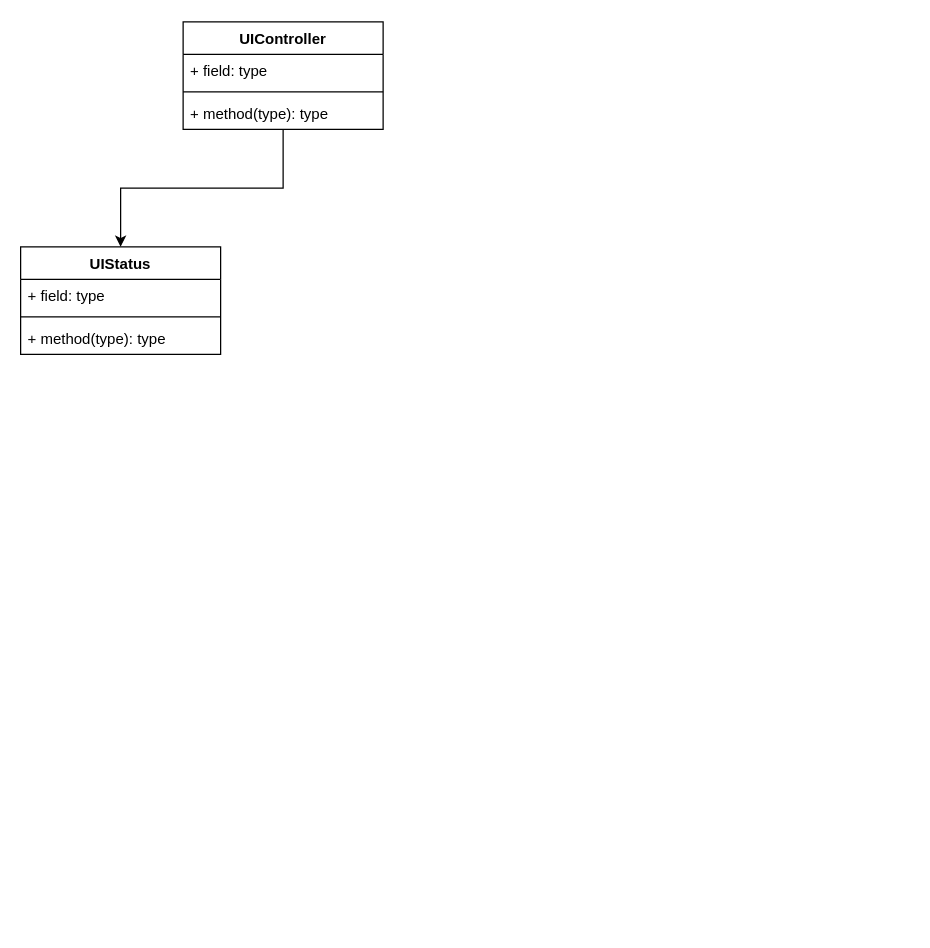
Above: Grafik/Objekt_Diagramm.drawio in bartzto/TIS (draw.io), before the change. Source tidied: cells renumbered, new cells numbered last; positions are measured from the earlier drawing's top-left corner, leaving out a move shared by most shapes. Both pictures are drawn from the tidied source at 125%, with x=0, y=0 at pixel (20, 21).
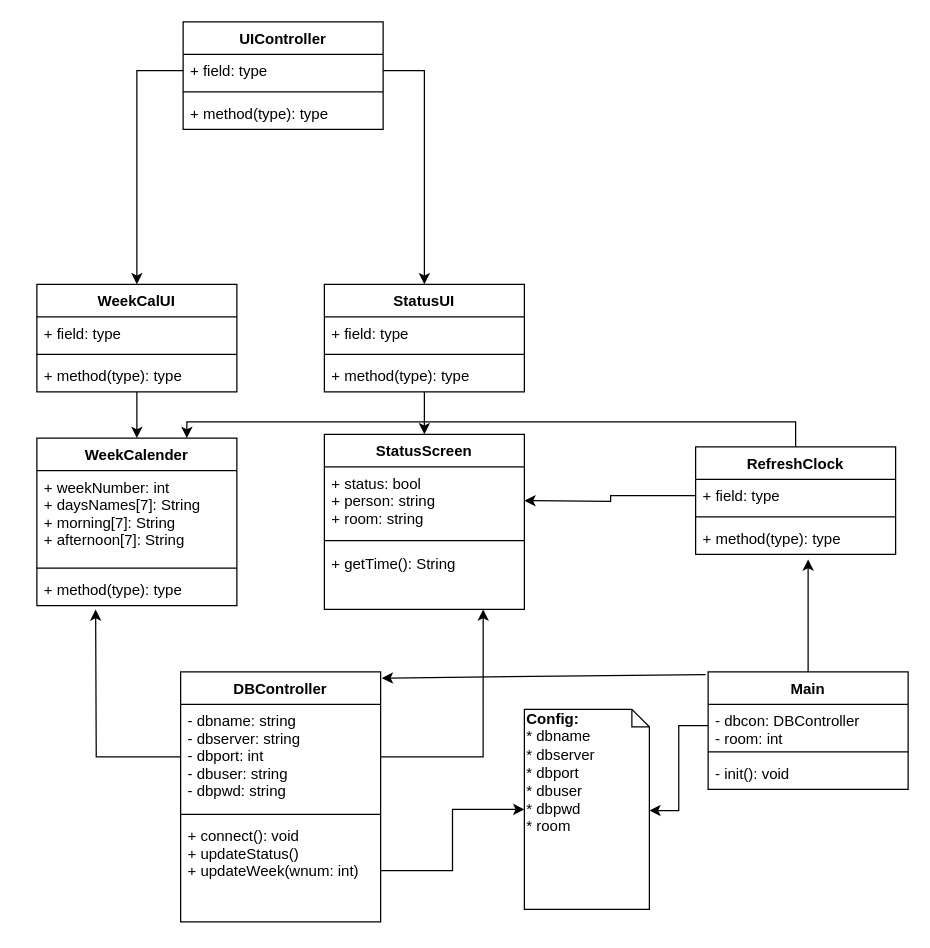
The same diagram, later.

The change refers to these unchanged cells:
```xml
<mxCell id="3" value="UIController" style="swimlane;fontStyle=1;align=center;verticalAlign=top;horizontal=1;startSize=26;" parent="1" vertex="1">
  <mxGeometry x="130" width="160" height="86" as="geometry" />
</mxCell>
<mxCell id="4" value="+ field: type" style="text;strokeColor=none;fillColor=none;align=left;verticalAlign=top;spacingLeft=4;spacingRight=4;overflow=hidden;points=[[0,0.5],[1,0.5]];portConstraint=eastwest;" parent="3" vertex="1">
  <mxGeometry y="26" width="160" height="26" as="geometry" />
</mxCell>
```

The edit, as a diff of the source:
```diff
@@
-    <mxCell id="2" style="edgeStyle=orthogonalEdgeStyle;rounded=0;jettySize=auto;html=1;" parent="1" edge="1" source="3" target="7">
-      <mxGeometry relative="1" as="geometry" />
-    </mxCell>
@@
-    <mxCell id="7" value="UIStatus" style="swimlane;fontStyle=1;align=center;verticalAlign=top;horizontal=1;startSize=26;" parent="1" vertex="1">
-      <mxGeometry y="180" width="160" height="86" as="geometry" />
-    </mxCell>
-    <mxCell id="8" value="+ field: type" style="text;strokeColor=none;fillColor=none;align=left;verticalAlign=top;spacingLeft=4;spacingRight=4;overflow=hidden;" parent="7" vertex="1">
-      <mxGeometry y="26" width="160" height="26" as="geometry" />
-    </mxCell>
-    <mxCell id="9" style="line;strokeWidth=1;fillColor=none;align=left;verticalAlign=middle;spacingTop=-1;spacingLeft=3;spacingRight=3;labelPosition=right;" parent="7" vertex="1">
-      <mxGeometry y="52" width="160" height="8" as="geometry" />
-    </mxCell>
-    <mxCell id="10" value="+ method(type): type" style="text;strokeColor=none;fillColor=none;align=left;verticalAlign=top;spacingLeft=4;spacingRight=4;overflow=hidden;" parent="7" vertex="1">
-      <mxGeometry y="60" width="160" height="26" as="geometry" />
-    </mxCell>
+    <mxCell id="11" value="StatusScreen" style="swimlane;fontStyle=1;align=center;verticalAlign=top;horizontal=1;startSize=26;" parent="1" vertex="1">
+      <mxGeometry x="243" y="330" width="160" height="140" as="geometry" />
+    </mxCell>
+    <mxCell id="12" value="+ status: bool&#10;+ person: string&#10;+ room: string" style="text;strokeColor=none;fillColor=none;align=left;verticalAlign=top;spacingLeft=4;spacingRight=4;overflow=hidden;" parent="11" vertex="1">
+      <mxGeometry y="26" width="160" height="54" as="geometry" />
+    </mxCell>
+    <mxCell id="13" style="line;strokeWidth=1;fillColor=none;align=left;verticalAlign=middle;spacingTop=-1;spacingLeft=3;spacingRight=3;labelPosition=right;" parent="11" vertex="1">
+      <mxGeometry y="80" width="160" height="10" as="geometry" />
+    </mxCell>
+    <mxCell id="14" value="+ getTime(): String" style="text;strokeColor=none;fillColor=none;align=left;verticalAlign=top;spacingLeft=4;spacingRight=4;overflow=hidden;points=[[0,0.5],[1,0.5]];portConstraint=eastwest;" parent="11" vertex="1">
+      <mxGeometry y="90" width="160" height="50" as="geometry" />
+    </mxCell>
+    <mxCell id="15" value="WeekCalender" style="swimlane;fontStyle=1;align=center;verticalAlign=top;horizontal=1;startSize=26;" parent="1" vertex="1">
+      <mxGeometry x="13" y="333" width="160" height="134" as="geometry" />
+    </mxCell>
+    <mxCell id="16" value="+ weekNumber: int&#10;+ daysNames[7]: String&#10;+ morning[7]: String&#10;+ afternoon[7]: String" style="text;strokeColor=none;fillColor=none;align=left;verticalAlign=top;spacingLeft=4;spacingRight=4;overflow=hidden;" parent="15" vertex="1">
+      <mxGeometry y="26" width="160" height="74" as="geometry" />
+    </mxCell>
+    <mxCell id="17" style="line;strokeWidth=1;fillColor=none;align=left;verticalAlign=middle;spacingTop=-1;spacingLeft=3;spacingRight=3;labelPosition=right;" parent="15" vertex="1">
+      <mxGeometry y="100" width="160" height="8" as="geometry" />
+    </mxCell>
+    <mxCell id="18" value="+ method(type): type" style="text;strokeColor=none;fillColor=none;align=left;verticalAlign=top;spacingLeft=4;spacingRight=4;overflow=hidden;" parent="15" vertex="1">
+      <mxGeometry y="108" width="160" height="26" as="geometry" />
+    </mxCell>
+    <mxCell id="19" value="DBController" style="swimlane;fontStyle=1;align=center;verticalAlign=top;horizontal=1;startSize=26;" parent="1" vertex="1">
+      <mxGeometry x="128" y="520" width="160" height="200" as="geometry" />
+    </mxCell>
+    <mxCell id="20" value="- dbname: string&#10;- dbserver: string&#10;- dbport: int&#10;- dbuser: string&#10;- dbpwd: string&#10;" style="text;strokeColor=none;fillColor=none;align=left;verticalAlign=top;spacingLeft=4;spacingRight=4;overflow=hidden;points=[[0,0.5],[1,0.5]];portConstraint=eastwest;" parent="19" vertex="1">
+      <mxGeometry y="26" width="160" height="84" as="geometry" />
+    </mxCell>
+    <mxCell id="21" style="line;strokeWidth=1;fillColor=none;align=left;verticalAlign=middle;spacingTop=-1;spacingLeft=3;spacingRight=3;labelPosition=right;" parent="19" vertex="1">
+      <mxGeometry y="110" width="160" height="8" as="geometry" />
+    </mxCell>
+    <mxCell id="22" value="+ connect(): void&#10;+ updateStatus()&#10;+ updateWeek(wnum: int)&#10;" style="text;strokeColor=none;fillColor=none;align=left;verticalAlign=top;spacingLeft=4;spacingRight=4;overflow=hidden;points=[[0,0.5],[1,0.5]];portConstraint=eastwest;" parent="19" vertex="1">
+      <mxGeometry y="118" width="160" height="82" as="geometry" />
+    </mxCell>
+    <mxCell id="23" style="edgeStyle=orthogonalEdgeStyle;rounded=0;jettySize=auto;html=1;exitX=1;exitY=0.5;exitDx=0;exitDy=0;entryX=0.794;entryY=1;entryDx=0;entryDy=0;entryPerimeter=0;" parent="1" edge="1" source="20" target="14">
+      <mxGeometry relative="1" as="geometry" />
+    </mxCell>
+    <mxCell id="24" style="edgeStyle=orthogonalEdgeStyle;rounded=0;jettySize=auto;html=1;exitX=0;exitY=0.5;exitDx=0;exitDy=0;" parent="1" edge="1" source="20">
+      <mxGeometry relative="1" as="geometry">
+        <mxPoint x="60" y="470" as="targetPoint" />
+      </mxGeometry>
+    </mxCell>
+    <mxCell id="25" style="edgeStyle=orthogonalEdgeStyle;rounded=0;jettySize=auto;html=1;exitX=0.5;exitY=1;exitDx=0;exitDy=0;" parent="1" edge="1" source="26" target="11">
+      <mxGeometry relative="1" as="geometry" />
+    </mxCell>
+    <mxCell id="26" value="StatusUI" style="swimlane;fontStyle=1;align=center;verticalAlign=top;horizontal=1;startSize=26;" parent="1" vertex="1">
+      <mxGeometry x="243" y="210" width="160" height="86" as="geometry" />
+    </mxCell>
+    <mxCell id="27" value="+ field: type" style="text;strokeColor=none;fillColor=none;align=left;verticalAlign=top;spacingLeft=4;spacingRight=4;overflow=hidden;" parent="26" vertex="1">
+      <mxGeometry y="26" width="160" height="26" as="geometry" />
+    </mxCell>
+    <mxCell id="28" style="line;strokeWidth=1;fillColor=none;align=left;verticalAlign=middle;spacingTop=-1;spacingLeft=3;spacingRight=3;labelPosition=right;" parent="26" vertex="1">
+      <mxGeometry y="52" width="160" height="8" as="geometry" />
+    </mxCell>
+    <mxCell id="29" value="+ method(type): type" style="text;strokeColor=none;fillColor=none;align=left;verticalAlign=top;spacingLeft=4;spacingRight=4;overflow=hidden;" parent="26" vertex="1">
+      <mxGeometry y="60" width="160" height="26" as="geometry" />
+    </mxCell>
+    <mxCell id="30" style="edgeStyle=orthogonalEdgeStyle;rounded=0;jettySize=auto;html=1;exitX=0.5;exitY=1;exitDx=0;exitDy=0;entryX=0.5;entryY=0;entryDx=0;entryDy=0;" parent="1" edge="1" source="31" target="15">
+      <mxGeometry relative="1" as="geometry" />
+    </mxCell>
+    <mxCell id="31" value="WeekCalUI" style="swimlane;fontStyle=1;align=center;verticalAlign=top;horizontal=1;startSize=26;" parent="1" vertex="1">
+      <mxGeometry x="13" y="210" width="160" height="86" as="geometry" />
+    </mxCell>
+    <mxCell id="32" value="+ field: type" style="text;strokeColor=none;fillColor=none;align=left;verticalAlign=top;spacingLeft=4;spacingRight=4;overflow=hidden;" parent="31" vertex="1">
+      <mxGeometry y="26" width="160" height="26" as="geometry" />
+    </mxCell>
+    <mxCell id="33" style="line;strokeWidth=1;fillColor=none;align=left;verticalAlign=middle;spacingTop=-1;spacingLeft=3;spacingRight=3;labelPosition=right;" parent="31" vertex="1">
+      <mxGeometry y="52" width="160" height="8" as="geometry" />
+    </mxCell>
+    <mxCell id="34" value="+ method(type): type" style="text;strokeColor=none;fillColor=none;align=left;verticalAlign=top;spacingLeft=4;spacingRight=4;overflow=hidden;" parent="31" vertex="1">
+      <mxGeometry y="60" width="160" height="26" as="geometry" />
+    </mxCell>
+    <mxCell id="35" style="edgeStyle=orthogonalEdgeStyle;rounded=0;jettySize=auto;html=1;exitX=0.5;exitY=0;exitDx=0;exitDy=0;entryX=0.75;entryY=0;entryDx=0;entryDy=0;" parent="1" edge="1" source="36" target="15">
+      <mxGeometry relative="1" as="geometry" />
+    </mxCell>
+    <mxCell id="36" value="RefreshClock" style="swimlane;fontStyle=1;align=center;verticalAlign=top;horizontal=1;startSize=26;" parent="1" vertex="1">
+      <mxGeometry x="540" y="340" width="160" height="86" as="geometry" />
+    </mxCell>
+    <mxCell id="37" value="+ field: type" style="text;strokeColor=none;fillColor=none;align=left;verticalAlign=top;spacingLeft=4;spacingRight=4;overflow=hidden;points=[[0,0.5],[1,0.5]];portConstraint=eastwest;" parent="36" vertex="1">
+      <mxGeometry y="26" width="160" height="26" as="geometry" />
+    </mxCell>
+    <mxCell id="38" style="line;strokeWidth=1;fillColor=none;align=left;verticalAlign=middle;spacingTop=-1;spacingLeft=3;spacingRight=3;labelPosition=right;" parent="36" vertex="1">
+      <mxGeometry y="52" width="160" height="8" as="geometry" />
+    </mxCell>
+    <mxCell id="39" value="+ method(type): type" style="text;strokeColor=none;fillColor=none;align=left;verticalAlign=top;spacingLeft=4;spacingRight=4;overflow=hidden;" parent="36" vertex="1">
+      <mxGeometry y="60" width="160" height="26" as="geometry" />
+    </mxCell>
+    <mxCell id="40" style="edgeStyle=orthogonalEdgeStyle;rounded=0;jettySize=auto;html=1;exitX=0;exitY=0.5;exitDx=0;exitDy=0;" parent="1" edge="1" source="37">
+      <mxGeometry relative="1" as="geometry">
+        <mxPoint x="403" y="383" as="targetPoint" />
+      </mxGeometry>
+    </mxCell>
+    <mxCell id="41" style="edgeStyle=orthogonalEdgeStyle;rounded=0;jettySize=auto;html=1;exitX=0.5;exitY=0;exitDx=0;exitDy=0;" parent="1" edge="1" source="42">
+      <mxGeometry relative="1" as="geometry">
+        <mxPoint x="630" y="430" as="targetPoint" />
+      </mxGeometry>
+    </mxCell>
+    <mxCell id="42" value="Main" style="swimlane;fontStyle=1;align=center;verticalAlign=top;horizontal=1;startSize=26;" parent="1" vertex="1">
+      <mxGeometry x="550" y="520" width="160" height="94" as="geometry" />
+    </mxCell>
+    <mxCell id="43" value="- dbcon: DBController&#10;- room: int&#10;" style="text;strokeColor=none;fillColor=none;align=left;verticalAlign=top;spacingLeft=4;spacingRight=4;overflow=hidden;points=[[0,0.5],[1,0.5]];portConstraint=eastwest;" parent="42" vertex="1">
+      <mxGeometry y="26" width="160" height="34" as="geometry" />
+    </mxCell>
+    <mxCell id="44" style="line;strokeWidth=1;fillColor=none;align=left;verticalAlign=middle;spacingTop=-1;spacingLeft=3;spacingRight=3;labelPosition=right;" parent="42" vertex="1">
+      <mxGeometry y="60" width="160" height="8" as="geometry" />
+    </mxCell>
+    <mxCell id="45" value="- init(): void" style="text;strokeColor=none;fillColor=none;align=left;verticalAlign=top;spacingLeft=4;spacingRight=4;overflow=hidden;" parent="42" vertex="1">
+      <mxGeometry y="68" width="160" height="26" as="geometry" />
+    </mxCell>
+    <mxCell id="46" style="edgeStyle=orthogonalEdgeStyle;rounded=0;jettySize=auto;html=1;exitX=0;exitY=0.5;exitDx=0;exitDy=0;" parent="1" edge="1" source="4" target="31">
+      <mxGeometry relative="1" as="geometry" />
+    </mxCell>
+    <mxCell id="47" style="edgeStyle=orthogonalEdgeStyle;rounded=0;jettySize=auto;html=1;exitX=1;exitY=0.5;exitDx=0;exitDy=0;entryX=0.5;entryY=0;entryDx=0;entryDy=0;" parent="1" edge="1" source="4" target="26">
+      <mxGeometry relative="1" as="geometry" />
+    </mxCell>
+    <mxCell id="48" value="&lt;div&gt;&lt;b&gt;Config:&lt;/b&gt;&lt;/div&gt;&lt;div&gt;* dbname&lt;/div&gt;&lt;div&gt;* dbserver&lt;/div&gt;&lt;div&gt;* dbport&lt;/div&gt;&lt;div&gt;* dbuser&lt;/div&gt;&lt;div&gt;* dbpwd&lt;/div&gt;&lt;div&gt;* room&lt;br&gt;&lt;/div&gt;" style="shape=note;whiteSpace=wrap;html=1;size=14;verticalAlign=top;align=left;spacingTop=-6;" parent="1" vertex="1">
+      <mxGeometry x="403" y="550" width="100" height="160" as="geometry" />
+    </mxCell>
+    <mxCell id="49" style="endArrow=classic;html=1;exitX=-0.012;exitY=0.023;exitDx=0;exitDy=0;exitPerimeter=0;entryX=1.006;entryY=0.025;entryDx=0;entryDy=0;entryPerimeter=0;" parent="1" edge="1" source="42" target="19">
+      <mxGeometry relative="1" as="geometry" />
+    </mxCell>
+    <mxCell id="50" style="edgeStyle=orthogonalEdgeStyle;rounded=0;jettySize=auto;html=1;exitX=1;exitY=0.5;exitDx=0;exitDy=0;entryX=0;entryY=0.5;entryDx=0;entryDy=0;entryPerimeter=0;" parent="1" edge="1" source="22" target="48">
+      <mxGeometry relative="1" as="geometry" />
+    </mxCell>
+    <mxCell id="51" style="edgeStyle=orthogonalEdgeStyle;rounded=0;jettySize=auto;html=1;exitX=0;exitY=0.5;exitDx=0;exitDy=0;entryX=1;entryY=0.506;entryDx=0;entryDy=0;entryPerimeter=0;" parent="1" edge="1" source="43" target="48">
+      <mxGeometry relative="1" as="geometry" />
+    </mxCell>
```
